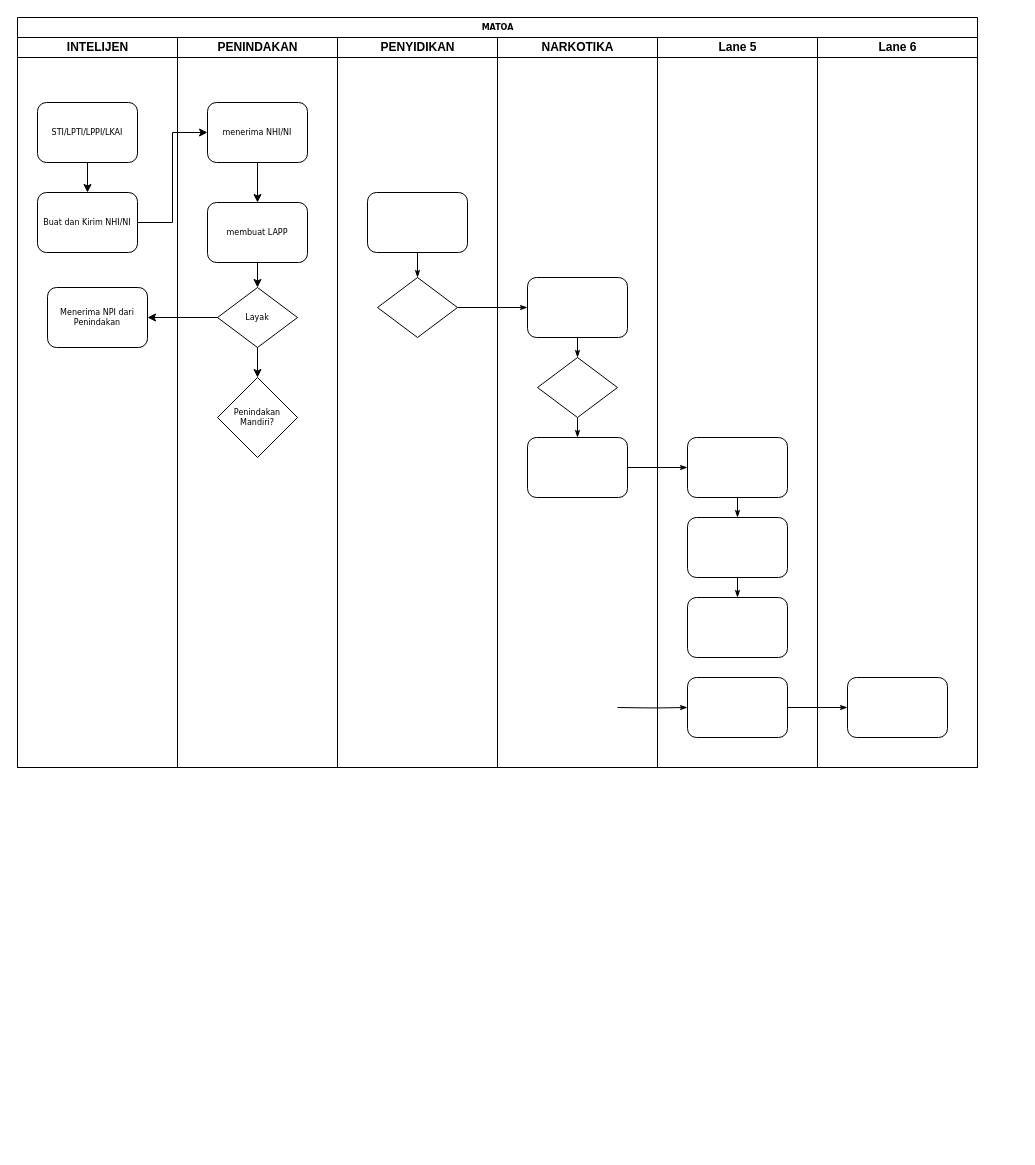
Earlier version of the draw.io diagram Untitled flowchart_matoa.drawio (ridhobc/nento-resolusi). Source tidied: cells renumbered, new cells numbered last; positions are measured from the earlier drawing's top-left corner, leaving out a move shared by most shapes. Both pictures are drawn from the tidied source at 100%, with x=0, y=0 at pixel (17, 17).
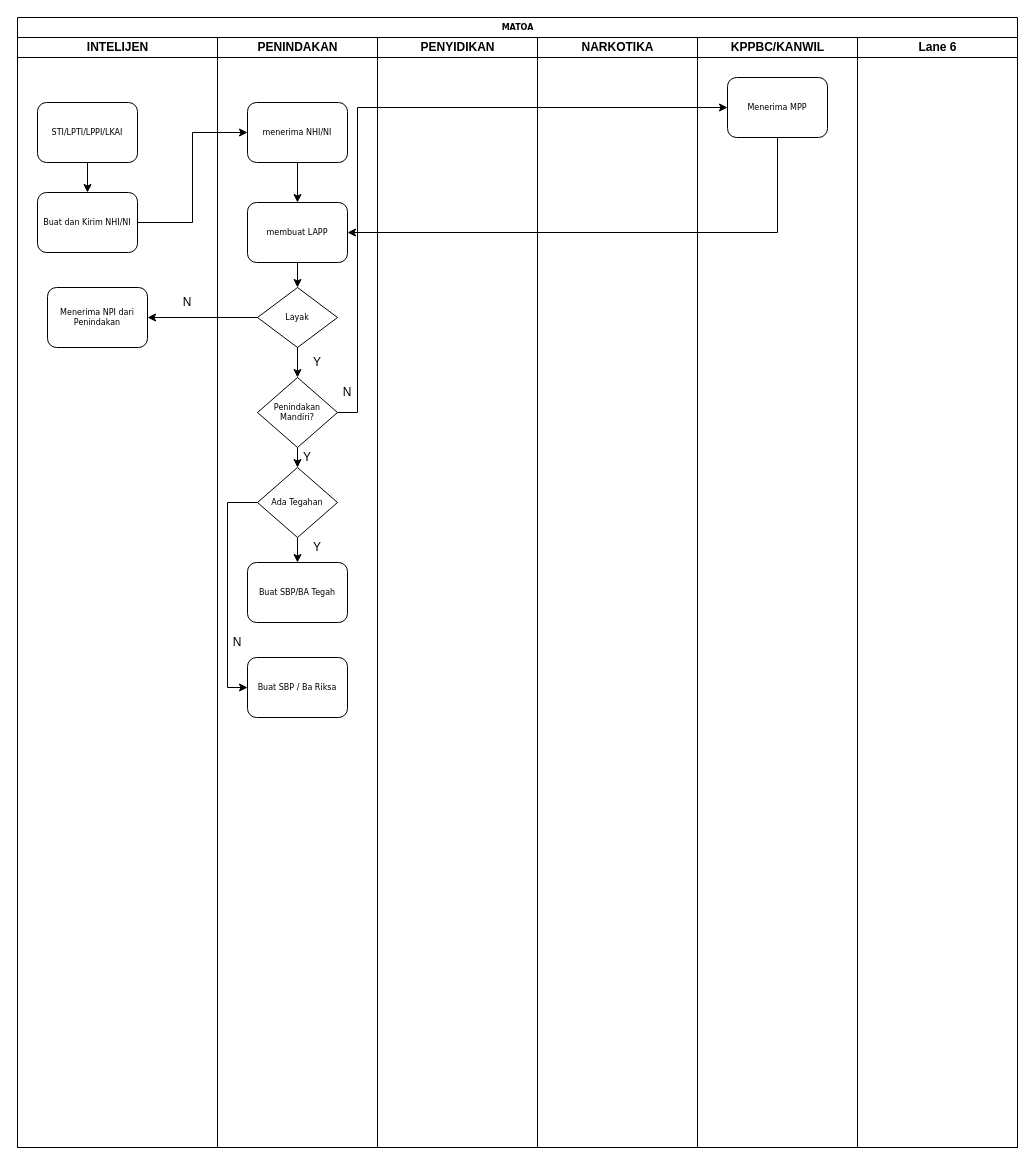
Above is the later version.

Unchanged cells that the change refers to:
```xml
<mxCell id="16" value="membuat LAPP" style="rounded=1;whiteSpace=wrap;html=1;shadow=0;labelBackgroundColor=none;strokeWidth=1;fontFamily=Verdana;fontSize=8;align=center;" parent="12" vertex="1">
  <mxGeometry x="30" y="165" width="100" height="60" as="geometry" />
</mxCell>
```

The edit, as a diff of the source:
```diff
@@
     <mxCell id="2" value="MATOA" style="swimlane;html=1;startSize=20;rounded=0;shadow=0;labelBackgroundColor=none;strokeWidth=1;fontFamily=Verdana;fontSize=8;align=center;" parent="1" vertex="1">
-      <mxGeometry width="960" height="750" as="geometry" />
+      <mxGeometry width="1000" height="1130" as="geometry" />
     </mxCell>
     <mxCell id="3" value="INTELIJEN" style="swimlane;html=1;startSize=20;" parent="2" vertex="1">
-      <mxGeometry y="20" width="160" height="730" as="geometry" />
+      <mxGeometry y="20" width="200" height="1110" as="geometry" />
     </mxCell>
@@
-    <mxCell id="8" style="edgeStyle=orthogonalEdgeStyle;rounded=1;html=1;labelBackgroundColor=none;startArrow=none;startFill=0;startSize=5;endArrow=classicThin;endFill=1;endSize=5;jettySize=auto;strokeWidth=1;fontFamily=Verdana;fontSize=8;" parent="2" edge="1" source="22" target="25">
-      <mxGeometry relative="1" as="geometry" />
-    </mxCell>
-    <mxCell id="9" style="edgeStyle=orthogonalEdgeStyle;rounded=1;html=1;labelBackgroundColor=none;startArrow=none;startFill=0;startSize=5;endArrow=classicThin;endFill=1;endSize=5;jettySize=auto;strokeWidth=1;fontFamily=Verdana;fontSize=8;" parent="2" edge="1" target="34">
-      <mxGeometry relative="1" as="geometry">
-        <mxPoint x="600" y="690" as="sourcePoint" />
-      </mxGeometry>
-    </mxCell>
-    <mxCell id="10" style="edgeStyle=orthogonalEdgeStyle;rounded=1;html=1;labelBackgroundColor=none;startArrow=none;startFill=0;startSize=5;endArrow=classicThin;endFill=1;endSize=5;jettySize=auto;strokeWidth=1;fontFamily=Verdana;fontSize=8;" parent="2" edge="1" source="34" target="38">
-      <mxGeometry relative="1" as="geometry" />
-    </mxCell>
-    <mxCell id="11" style="edgeStyle=orthogonalEdgeStyle;rounded=1;html=1;labelBackgroundColor=none;startArrow=none;startFill=0;startSize=5;endArrow=classicThin;endFill=1;endSize=5;jettySize=auto;strokeWidth=1;fontFamily=Verdana;fontSize=8;" parent="2" edge="1" source="27" target="31">
-      <mxGeometry relative="1" as="geometry" />
-    </mxCell>
+    <mxCell id="41" value="N" style="text;html=1;strokeColor=none;fillColor=none;align=center;verticalAlign=middle;whiteSpace=wrap;rounded=0;" parent="3" vertex="1">
+      <mxGeometry x="140" y="250" width="60" height="30" as="geometry" />
+    </mxCell>
     <mxCell id="12" value="PENINDAKAN" style="swimlane;html=1;startSize=20;" parent="2" vertex="1">
-      <mxGeometry x="160" y="20" width="160" height="730" as="geometry" />
+      <mxGeometry x="200" y="20" width="160" height="1110" as="geometry" />
     </mxCell>
@@
+    <mxCell id="42" style="edgeStyle=orthogonalEdgeStyle;rounded=0;jettySize=auto;html=1;entryX=0.5;entryY=0;entryDx=0;entryDy=0;" parent="12" edge="1" source="18">
+      <mxGeometry relative="1" as="geometry">
+        <mxPoint x="80" y="430" as="targetPoint" />
+      </mxGeometry>
+    </mxCell>
     <mxCell id="18" value="Penindakan Mandiri?" style="rhombus;whiteSpace=wrap;html=1;fontSize=8;fontFamily=Verdana;rounded=0;shadow=0;labelBackgroundColor=none;strokeWidth=1;" parent="12" vertex="1">
-      <mxGeometry x="40" y="340" width="80" height="80" as="geometry" />
+      <mxGeometry x="40" y="340" width="80" height="70" as="geometry" />
     </mxCell>
@@
+    <mxCell id="43" style="edgeStyle=orthogonalEdgeStyle;rounded=0;jettySize=auto;html=1;exitX=0.5;exitY=1;exitDx=0;exitDy=0;entryX=0.5;entryY=0;entryDx=0;entryDy=0;" parent="12" edge="1" source="45" target="49">
+      <mxGeometry relative="1" as="geometry" />
+    </mxCell>
+    <mxCell id="44" style="edgeStyle=orthogonalEdgeStyle;rounded=0;jettySize=auto;html=1;entryX=0;entryY=0.5;entryDx=0;entryDy=0;" parent="12" edge="1" source="45" target="50">
+      <mxGeometry relative="1" as="geometry">
+        <Array as="points">
+          <mxPoint x="10" y="465" />
+          <mxPoint x="10" y="650" />
+        </Array>
+      </mxGeometry>
+    </mxCell>
+    <mxCell id="45" value="Ada Tegahan" style="rhombus;whiteSpace=wrap;html=1;fontSize=8;fontFamily=Verdana;rounded=0;shadow=0;labelBackgroundColor=none;strokeWidth=1;" parent="12" vertex="1">
+      <mxGeometry x="40" y="430" width="80" height="70" as="geometry" />
+    </mxCell>
+    <mxCell id="46" value="Y" style="text;html=1;strokeColor=none;fillColor=none;align=center;verticalAlign=middle;whiteSpace=wrap;rounded=0;" parent="12" vertex="1">
+      <mxGeometry x="70" y="310" width="60" height="30" as="geometry" />
+    </mxCell>
+    <mxCell id="47" value="Y" style="text;html=1;strokeColor=none;fillColor=none;align=center;verticalAlign=middle;whiteSpace=wrap;rounded=0;" parent="12" vertex="1">
+      <mxGeometry x="70" y="410" width="40" height="20" as="geometry" />
+    </mxCell>
+    <mxCell id="48" value="Y" style="text;html=1;strokeColor=none;fillColor=none;align=center;verticalAlign=middle;whiteSpace=wrap;rounded=0;" parent="12" vertex="1">
+      <mxGeometry x="80" y="500" width="40" height="20" as="geometry" />
+    </mxCell>
+    <mxCell id="49" value="Buat SBP/BA Tegah" style="rounded=1;whiteSpace=wrap;html=1;shadow=0;labelBackgroundColor=none;strokeWidth=1;fontFamily=Verdana;fontSize=8;align=center;" parent="12" vertex="1">
+      <mxGeometry x="30" y="525" width="100" height="60" as="geometry" />
+    </mxCell>
+    <mxCell id="50" value="Buat SBP / Ba Riksa" style="rounded=1;whiteSpace=wrap;html=1;shadow=0;labelBackgroundColor=none;strokeWidth=1;fontFamily=Verdana;fontSize=8;align=center;" parent="12" vertex="1">
+      <mxGeometry x="30" y="620" width="100" height="60" as="geometry" />
+    </mxCell>
+    <mxCell id="51" value="N" style="text;html=1;strokeColor=none;fillColor=none;align=center;verticalAlign=middle;whiteSpace=wrap;rounded=0;" parent="12" vertex="1">
+      <mxGeometry x="10" y="600" width="20" height="10" as="geometry" />
+    </mxCell>
+    <mxCell id="52" value="N" style="text;html=1;strokeColor=none;fillColor=none;align=center;verticalAlign=middle;whiteSpace=wrap;rounded=0;" parent="12" vertex="1">
+      <mxGeometry x="120" y="350" width="20" height="10" as="geometry" />
+    </mxCell>
     <mxCell id="20" value="PENYIDIKAN" style="swimlane;html=1;startSize=20;" parent="2" vertex="1">
-      <mxGeometry x="320" y="20" width="160" height="730" as="geometry" />
+      <mxGeometry x="360" y="20" width="160" height="1110" as="geometry" />
     </mxCell>
-    <mxCell id="21" style="rounded=1;whiteSpace=wrap;html=1;shadow=0;labelBackgroundColor=none;strokeWidth=1;fontFamily=Verdana;fontSize=8;align=center;" parent="20" vertex="1">
-      <mxGeometry x="30" y="155" width="100" height="60" as="geometry" />
-    </mxCell>
-    <mxCell id="22" style="rhombus;whiteSpace=wrap;html=1;rounded=0;shadow=0;labelBackgroundColor=none;strokeWidth=1;fontFamily=Verdana;fontSize=8;align=center;" parent="20" vertex="1">
-      <mxGeometry x="40" y="240" width="80" height="60" as="geometry" />
-    </mxCell>
-    <mxCell id="23" style="edgeStyle=orthogonalEdgeStyle;rounded=1;html=1;labelBackgroundColor=none;startArrow=none;startFill=0;startSize=5;endArrow=classicThin;endFill=1;endSize=5;jettySize=auto;strokeWidth=1;fontFamily=Verdana;fontSize=8;" parent="20" edge="1" source="21" target="22">
-      <mxGeometry relative="1" as="geometry" />
-    </mxCell>
     <mxCell id="24" value="NARKOTIKA" style="swimlane;html=1;startSize=20;" parent="2" vertex="1">
-      <mxGeometry x="480" y="20" width="160" height="730" as="geometry" />
+      <mxGeometry x="520" y="20" width="160" height="1110" as="geometry" />
     </mxCell>
-    <mxCell id="25" style="rounded=1;whiteSpace=wrap;html=1;shadow=0;labelBackgroundColor=none;strokeWidth=1;fontFamily=Verdana;fontSize=8;align=center;" parent="24" vertex="1">
-      <mxGeometry x="30" y="240" width="100" height="60" as="geometry" />
-    </mxCell>
-    <mxCell id="26" style="rhombus;whiteSpace=wrap;html=1;rounded=0;shadow=0;labelBackgroundColor=none;strokeWidth=1;fontFamily=Verdana;fontSize=8;align=center;" parent="24" vertex="1">
-      <mxGeometry x="40" y="320" width="80" height="60" as="geometry" />
-    </mxCell>
-    <mxCell id="27" style="rounded=1;whiteSpace=wrap;html=1;shadow=0;labelBackgroundColor=none;strokeWidth=1;fontFamily=Verdana;fontSize=8;align=center;" parent="24" vertex="1">
-      <mxGeometry x="30" y="400" width="100" height="60" as="geometry" />
-    </mxCell>
-    <mxCell id="28" style="edgeStyle=orthogonalEdgeStyle;rounded=1;html=1;labelBackgroundColor=none;startArrow=none;startFill=0;startSize=5;endArrow=classicThin;endFill=1;endSize=5;jettySize=auto;strokeColor=#000000;strokeWidth=1;fontFamily=Verdana;fontSize=8;fontColor=#000000;" parent="24" edge="1" source="25" target="26">
-      <mxGeometry relative="1" as="geometry" />
-    </mxCell>
-    <mxCell id="29" style="edgeStyle=orthogonalEdgeStyle;rounded=1;html=1;labelBackgroundColor=none;startArrow=none;startFill=0;startSize=5;endArrow=classicThin;endFill=1;endSize=5;jettySize=auto;strokeWidth=1;fontFamily=Verdana;fontSize=8;" parent="24" edge="1" source="26" target="27">
-      <mxGeometry relative="1" as="geometry" />
-    </mxCell>
-    <mxCell id="30" value="Lane 5" style="swimlane;html=1;startSize=20;" parent="2" vertex="1">
-      <mxGeometry x="640" y="20" width="160" height="730" as="geometry" />
+    <mxCell id="30" value="KPPBC/KANWIL" style="swimlane;html=1;startSize=20;" parent="2" vertex="1">
+      <mxGeometry x="680" y="20" width="160" height="1110" as="geometry" />
     </mxCell>
-    <mxCell id="31" style="rounded=1;whiteSpace=wrap;html=1;shadow=0;labelBackgroundColor=none;strokeWidth=1;fontFamily=Verdana;fontSize=8;align=center;" parent="30" vertex="1">
-      <mxGeometry x="30" y="400" width="100" height="60" as="geometry" />
-    </mxCell>
-    <mxCell id="32" style="rounded=1;whiteSpace=wrap;html=1;shadow=0;labelBackgroundColor=none;strokeWidth=1;fontFamily=Verdana;fontSize=8;align=center;" parent="30" vertex="1">
-      <mxGeometry x="30" y="480" width="100" height="60" as="geometry" />
-    </mxCell>
-    <mxCell id="33" style="rounded=1;whiteSpace=wrap;html=1;shadow=0;labelBackgroundColor=none;strokeWidth=1;fontFamily=Verdana;fontSize=8;align=center;" parent="30" vertex="1">
-      <mxGeometry x="30" y="560" width="100" height="60" as="geometry" />
-    </mxCell>
-    <mxCell id="34" style="rounded=1;whiteSpace=wrap;html=1;shadow=0;labelBackgroundColor=none;strokeWidth=1;fontFamily=Verdana;fontSize=8;align=center;" parent="30" vertex="1">
-      <mxGeometry x="30" y="640" width="100" height="60" as="geometry" />
-    </mxCell>
-    <mxCell id="35" style="edgeStyle=orthogonalEdgeStyle;rounded=1;html=1;labelBackgroundColor=none;startArrow=none;startFill=0;startSize=5;endArrow=classicThin;endFill=1;endSize=5;jettySize=auto;strokeWidth=1;fontFamily=Verdana;fontSize=8;" parent="30" edge="1" source="31" target="32">
-      <mxGeometry relative="1" as="geometry" />
-    </mxCell>
-    <mxCell id="36" style="edgeStyle=orthogonalEdgeStyle;rounded=1;html=1;labelBackgroundColor=none;startArrow=none;startFill=0;startSize=5;endArrow=classicThin;endFill=1;endSize=5;jettySize=auto;strokeWidth=1;fontFamily=Verdana;fontSize=8;" parent="30" edge="1" source="32" target="33">
-      <mxGeometry relative="1" as="geometry" />
-    </mxCell>
+    <mxCell id="53" value="Menerima MPP" style="rounded=1;whiteSpace=wrap;html=1;shadow=0;labelBackgroundColor=none;strokeWidth=1;fontFamily=Verdana;fontSize=8;align=center;" parent="30" vertex="1">
+      <mxGeometry x="30" y="40" width="100" height="60" as="geometry" />
+    </mxCell>
     <mxCell id="37" value="Lane 6" style="swimlane;html=1;startSize=20;" parent="2" vertex="1">
-      <mxGeometry x="800" y="20" width="160" height="730" as="geometry" />
+      <mxGeometry x="840" y="20" width="160" height="1110" as="geometry" />
     </mxCell>
-    <mxCell id="38" style="rounded=1;whiteSpace=wrap;html=1;shadow=0;labelBackgroundColor=none;strokeWidth=1;fontFamily=Verdana;fontSize=8;align=center;" parent="37" vertex="1">
-      <mxGeometry x="30" y="640" width="100" height="60" as="geometry" />
-    </mxCell>
@@
+    <mxCell id="54" style="edgeStyle=orthogonalEdgeStyle;rounded=0;jettySize=auto;html=1;exitX=1;exitY=0.5;exitDx=0;exitDy=0;entryX=0;entryY=0.5;entryDx=0;entryDy=0;" parent="2" edge="1" source="18" target="53">
+      <mxGeometry relative="1" as="geometry">
+        <Array as="points">
+          <mxPoint x="340" y="395" />
+          <mxPoint x="340" y="90" />
+        </Array>
+      </mxGeometry>
+    </mxCell>
+    <mxCell id="55" style="edgeStyle=orthogonalEdgeStyle;rounded=0;jettySize=auto;html=1;exitX=0.5;exitY=1;exitDx=0;exitDy=0;entryX=1;entryY=0.5;entryDx=0;entryDy=0;" parent="2" edge="1" source="53" target="16">
+      <mxGeometry relative="1" as="geometry" />
+    </mxCell>
```
